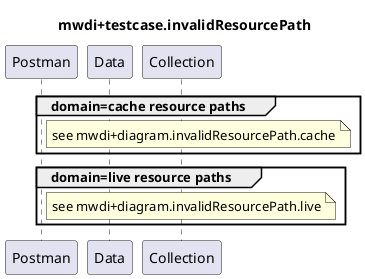
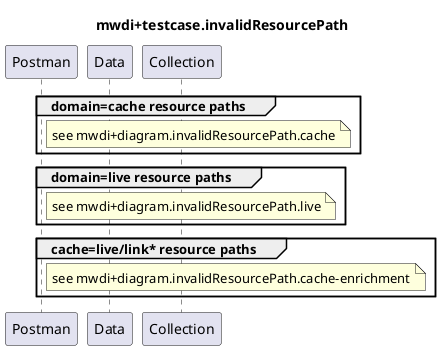
@startuml mwdi+diagram.invalidResourcePath
skinparam responseMessageBelowArrow true

title
mwdi+testcase.invalidResourcePath
end title

participant "Postman" as Postman
participant "Data" as Data
participant "Collection" as Collection

group domain=cache resource paths
  note right Postman
    see mwdi+diagram.invalidResourcePath.cache
  end note
end

group domain=live resource paths
  note right Postman
    see mwdi+diagram.invalidResourcePath.live
  end note
end

+ group cache=live/link* resource paths
+   note right Postman
+     see mwdi+diagram.invalidResourcePath.cache-enrichment
+   end note
+ end
+ 
deactivate Postman

@enduml
